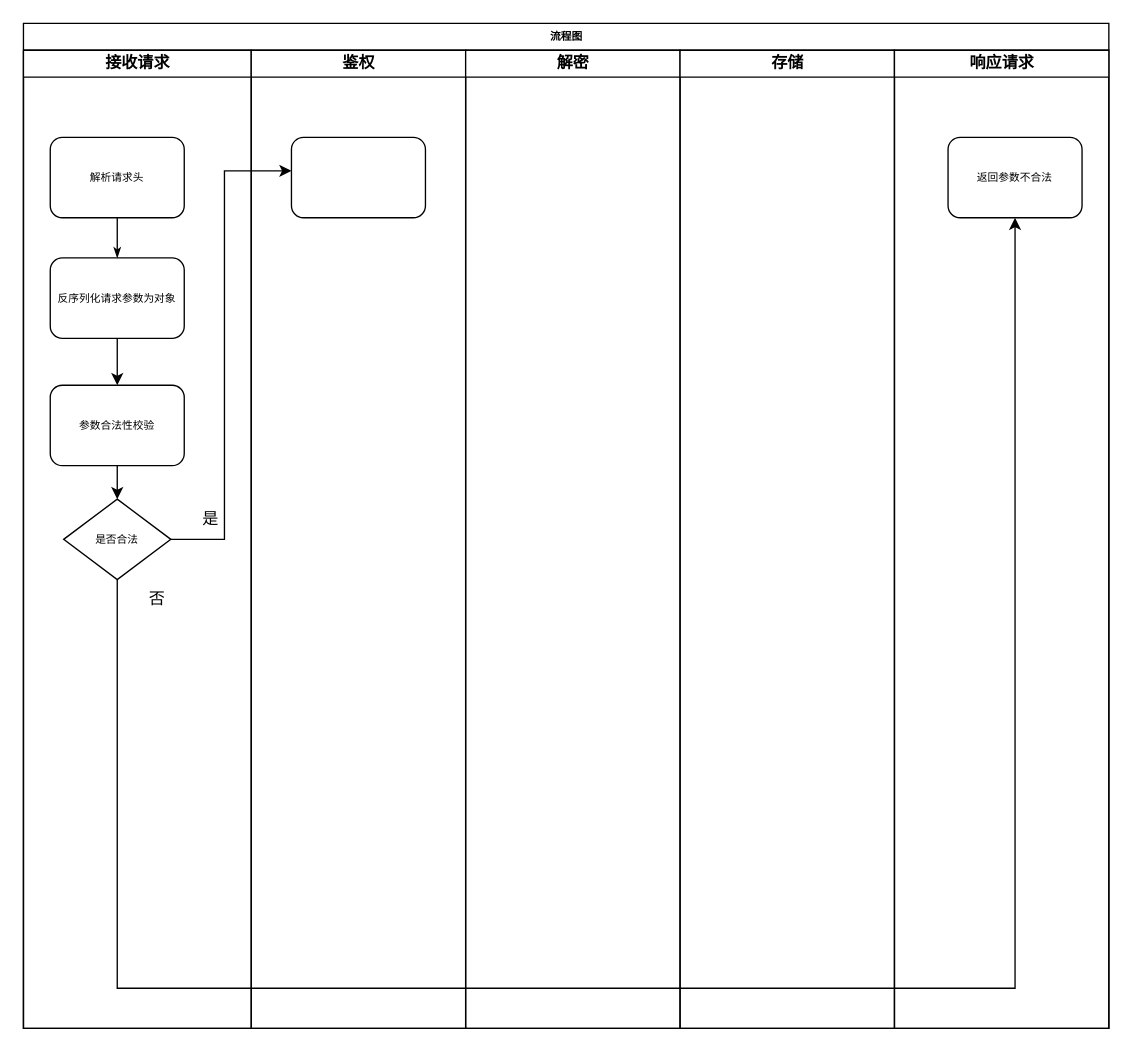
The draw.io diagram uploadEncryptData.drawio in jeefs/mindGraph, before the edit. Source tidied: cells renumbered, new cells numbered last; positions are measured from the earlier drawing's top-left corner, leaving out a move shared by most shapes. Both pictures are drawn from the tidied source at 134%, with x=0, y=0 at pixel (23, 23).
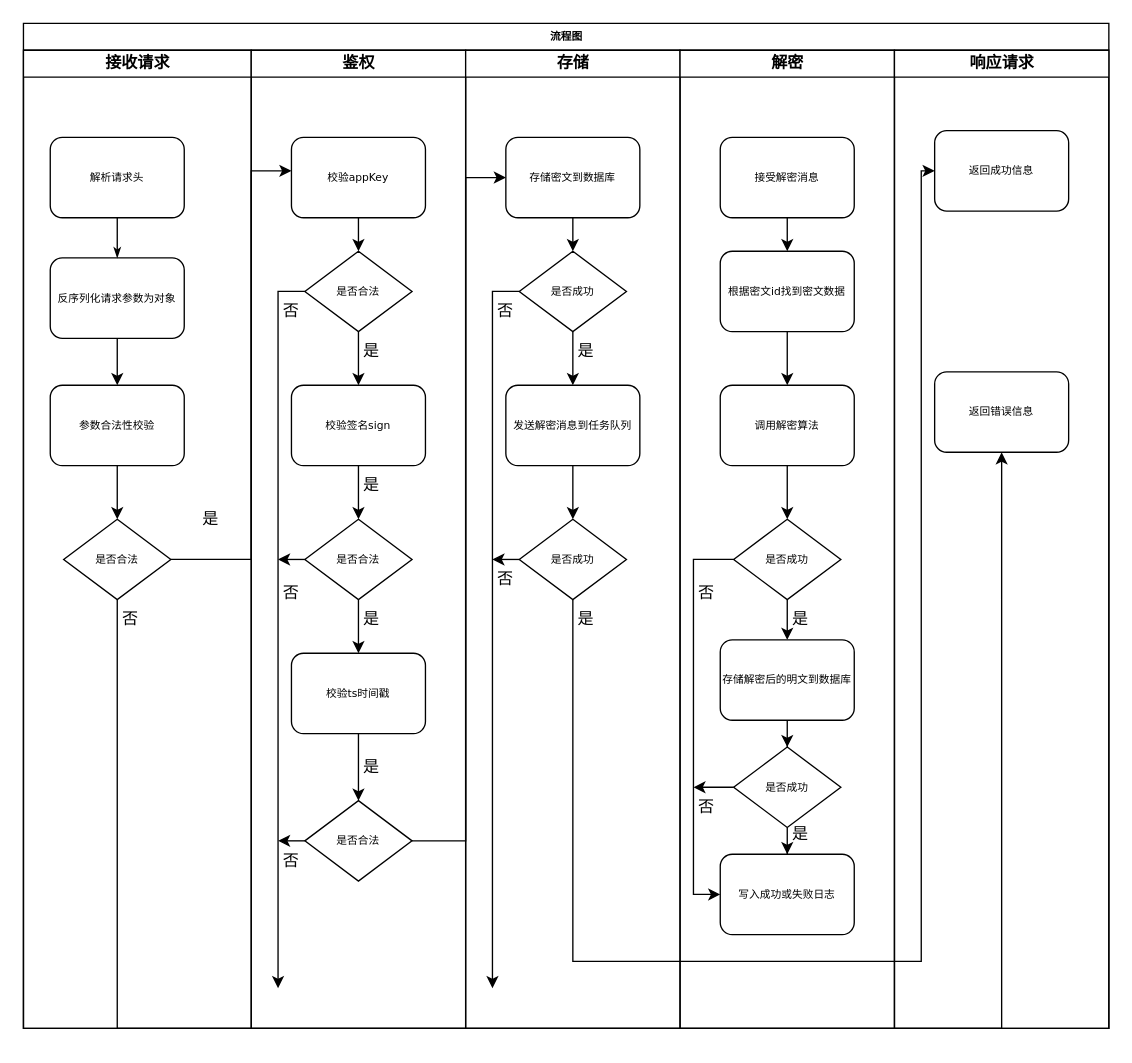
Above is the later version.

Unchanged cells that the change refers to:
```xml
<mxCell id="3" style="group;" parent="2" vertex="1">
  <mxGeometry y="20" width="810" height="730" as="geometry" />
</mxCell>
<mxCell id="4" value="接收请求" style="swimlane;html=1;startSize=20;" parent="3" vertex="1">
  <mxGeometry width="170" height="730" as="geometry" />
</mxCell>
<mxCell id="14" value="鉴权" style="swimlane;html=1;startSize=20;" parent="3" vertex="1">
  <mxGeometry x="170" width="160" height="730" as="geometry" />
</mxCell>
<mxCell id="18" value="响应请求" style="swimlane;html=1;startSize=20;" parent="3" vertex="1">
  <mxGeometry x="650" width="160" height="730" as="geometry" />
</mxCell>
```

The edit, as a diff of the source:
```diff
@@
     <mxCell id="11" value="是否合法" style="rhombus;whiteSpace=wrap;html=1;rounded=0;shadow=0;labelBackgroundColor=none;strokeWidth=1;fontFamily=Verdana;fontSize=8;align=center;" parent="4" vertex="1">
-      <mxGeometry x="30" y="335" width="80" height="60" as="geometry" />
+      <mxGeometry x="30" y="350" width="80" height="60" as="geometry" />
     </mxCell>
@@
     <mxCell id="13" value="否" style="text;strokeColor=none;align=center;fillColor=none;html=1;verticalAlign=middle;whiteSpace=wrap;rounded=0;" parent="4" vertex="1">
-      <mxGeometry x="70" y="395" width="60" height="30" as="geometry" />
+      <mxGeometry x="50" y="410" width="60" height="30" as="geometry" />
     </mxCell>
@@
+    <mxCell id="22" style="edgeStyle=orthogonalEdgeStyle;rounded=0;jettySize=auto;html=1;" parent="14" edge="1" source="15" target="28">
+      <mxGeometry relative="1" as="geometry" />
+    </mxCell>
-    <mxCell id="15" style="rounded=1;whiteSpace=wrap;html=1;shadow=0;labelBackgroundColor=none;strokeWidth=1;fontFamily=Verdana;fontSize=8;align=center;" parent="14" vertex="1">
+    <mxCell id="15" value="校验appKey" style="rounded=1;whiteSpace=wrap;html=1;shadow=0;labelBackgroundColor=none;strokeWidth=1;fontFamily=Verdana;fontSize=8;align=center;" parent="14" vertex="1">
       <mxGeometry x="30" y="65" width="100" height="60" as="geometry" />
     </mxCell>
+    <mxCell id="23" style="edgeStyle=orthogonalEdgeStyle;rounded=0;jettySize=auto;html=1;entryX=0.5;entryY=0;entryDx=0;entryDy=0;" parent="14" edge="1" source="24" target="31">
+      <mxGeometry relative="1" as="geometry" />
+    </mxCell>
+    <mxCell id="24" value="校验签名sign" style="rounded=1;whiteSpace=wrap;html=1;shadow=0;labelBackgroundColor=none;strokeWidth=1;fontFamily=Verdana;fontSize=8;align=center;" parent="14" vertex="1">
+      <mxGeometry x="30" y="250" width="100" height="60" as="geometry" />
+    </mxCell>
+    <mxCell id="25" style="edgeStyle=orthogonalEdgeStyle;rounded=0;jettySize=auto;html=1;" parent="14" edge="1" source="26" target="34">
+      <mxGeometry relative="1" as="geometry" />
+    </mxCell>
+    <mxCell id="26" value="校验ts时间戳" style="rounded=1;whiteSpace=wrap;html=1;shadow=0;labelBackgroundColor=none;strokeWidth=1;fontFamily=Verdana;fontSize=8;align=center;" parent="14" vertex="1">
+      <mxGeometry x="30" y="450" width="100" height="60" as="geometry" />
+    </mxCell>
+    <mxCell id="27" style="edgeStyle=orthogonalEdgeStyle;rounded=0;jettySize=auto;html=1;" parent="14" edge="1" source="28" target="24">
+      <mxGeometry relative="1" as="geometry" />
+    </mxCell>
+    <mxCell id="28" value="是否合法" style="rhombus;whiteSpace=wrap;html=1;rounded=0;shadow=0;labelBackgroundColor=none;strokeWidth=1;fontFamily=Verdana;fontSize=8;align=center;" parent="14" vertex="1">
+      <mxGeometry x="40" y="150" width="80" height="60" as="geometry" />
+    </mxCell>
+    <mxCell id="29" value="是" style="text;strokeColor=none;align=center;fillColor=none;html=1;verticalAlign=middle;whiteSpace=wrap;rounded=0;" parent="14" vertex="1">
+      <mxGeometry x="60" y="210" width="60" height="30" as="geometry" />
+    </mxCell>
+    <mxCell id="30" style="edgeStyle=orthogonalEdgeStyle;rounded=0;jettySize=auto;html=1;" parent="14" edge="1" source="31" target="26">
+      <mxGeometry relative="1" as="geometry" />
+    </mxCell>
+    <mxCell id="31" value="是否合法" style="rhombus;whiteSpace=wrap;html=1;rounded=0;shadow=0;labelBackgroundColor=none;strokeWidth=1;fontFamily=Verdana;fontSize=8;align=center;" parent="14" vertex="1">
+      <mxGeometry x="40" y="350" width="80" height="60" as="geometry" />
+    </mxCell>
+    <mxCell id="32" value="是" style="text;strokeColor=none;align=center;fillColor=none;html=1;verticalAlign=middle;whiteSpace=wrap;rounded=0;" parent="14" vertex="1">
+      <mxGeometry x="60" y="310" width="60" height="30" as="geometry" />
+    </mxCell>
+    <mxCell id="33" value="是" style="text;strokeColor=none;align=center;fillColor=none;html=1;verticalAlign=middle;whiteSpace=wrap;rounded=0;" parent="14" vertex="1">
+      <mxGeometry x="60" y="410" width="60" height="30" as="geometry" />
+    </mxCell>
+    <mxCell id="34" value="是否合法" style="rhombus;whiteSpace=wrap;html=1;rounded=0;shadow=0;labelBackgroundColor=none;strokeWidth=1;fontFamily=Verdana;fontSize=8;align=center;" parent="14" vertex="1">
+      <mxGeometry x="40" y="560" width="80" height="60" as="geometry" />
+    </mxCell>
+    <mxCell id="35" value="是" style="text;strokeColor=none;align=center;fillColor=none;html=1;verticalAlign=middle;whiteSpace=wrap;rounded=0;" parent="14" vertex="1">
+      <mxGeometry x="60" y="520" width="60" height="30" as="geometry" />
+    </mxCell>
+    <mxCell id="36" value="否" style="text;strokeColor=none;align=center;fillColor=none;html=1;verticalAlign=middle;whiteSpace=wrap;rounded=0;" parent="14" vertex="1">
+      <mxGeometry y="390" width="60" height="30" as="geometry" />
+    </mxCell>
+    <mxCell id="37" value="否" style="text;strokeColor=none;align=center;fillColor=none;html=1;verticalAlign=middle;whiteSpace=wrap;rounded=0;" parent="14" vertex="1">
+      <mxGeometry y="180" width="60" height="30" as="geometry" />
+    </mxCell>
+    <mxCell id="38" value="否" style="text;strokeColor=none;align=center;fillColor=none;html=1;verticalAlign=middle;whiteSpace=wrap;rounded=0;" parent="14" vertex="1">
+      <mxGeometry y="590" width="60" height="30" as="geometry" />
+    </mxCell>
-    <mxCell id="16" value="解密" style="swimlane;html=1;startSize=20;" parent="3" vertex="1">
+    <mxCell id="16" value="存储" style="swimlane;html=1;startSize=20;" parent="3" vertex="1">
       <mxGeometry x="330" width="160" height="730" as="geometry" />
     </mxCell>
+    <mxCell id="39" style="edgeStyle=orthogonalEdgeStyle;rounded=0;jettySize=auto;html=1;" parent="16" edge="1" source="40" target="42">
+      <mxGeometry relative="1" as="geometry" />
+    </mxCell>
+    <mxCell id="40" value="存储密文到数据库" style="rounded=1;whiteSpace=wrap;html=1;shadow=0;labelBackgroundColor=none;strokeWidth=1;fontFamily=Verdana;fontSize=8;align=center;" parent="16" vertex="1">
+      <mxGeometry x="30" y="65" width="100" height="60" as="geometry" />
+    </mxCell>
+    <mxCell id="41" style="edgeStyle=orthogonalEdgeStyle;rounded=0;jettySize=auto;html=1;" parent="16" edge="1" source="42" target="44">
+      <mxGeometry relative="1" as="geometry" />
+    </mxCell>
+    <mxCell id="42" value="是否成功" style="rhombus;whiteSpace=wrap;html=1;rounded=0;shadow=0;labelBackgroundColor=none;strokeWidth=1;fontFamily=Verdana;fontSize=8;align=center;" parent="16" vertex="1">
+      <mxGeometry x="40" y="150" width="80" height="60" as="geometry" />
+    </mxCell>
+    <mxCell id="43" style="edgeStyle=orthogonalEdgeStyle;rounded=0;jettySize=auto;html=1;" parent="16" edge="1" source="44" target="45">
+      <mxGeometry relative="1" as="geometry" />
+    </mxCell>
+    <mxCell id="44" value="发送解密消息到任务队列" style="rounded=1;whiteSpace=wrap;html=1;shadow=0;labelBackgroundColor=none;strokeWidth=1;fontFamily=Verdana;fontSize=8;align=center;" parent="16" vertex="1">
+      <mxGeometry x="30" y="250" width="100" height="60" as="geometry" />
+    </mxCell>
+    <mxCell id="45" value="是否成功" style="rhombus;whiteSpace=wrap;html=1;rounded=0;shadow=0;labelBackgroundColor=none;strokeWidth=1;fontFamily=Verdana;fontSize=8;align=center;" parent="16" vertex="1">
+      <mxGeometry x="40" y="350" width="80" height="60" as="geometry" />
+    </mxCell>
+    <mxCell id="46" value="是" style="text;strokeColor=none;align=center;fillColor=none;html=1;verticalAlign=middle;whiteSpace=wrap;rounded=0;" parent="16" vertex="1">
+      <mxGeometry x="60" y="210" width="60" height="30" as="geometry" />
+    </mxCell>
+    <mxCell id="47" value="否" style="text;strokeColor=none;align=center;fillColor=none;html=1;verticalAlign=middle;whiteSpace=wrap;rounded=0;" parent="16" vertex="1">
+      <mxGeometry y="180" width="60" height="30" as="geometry" />
+    </mxCell>
+    <mxCell id="48" value="否" style="text;strokeColor=none;align=center;fillColor=none;html=1;verticalAlign=middle;whiteSpace=wrap;rounded=0;" parent="16" vertex="1">
+      <mxGeometry y="380" width="60" height="30" as="geometry" />
+    </mxCell>
+    <mxCell id="49" value="是" style="text;strokeColor=none;align=center;fillColor=none;html=1;verticalAlign=middle;whiteSpace=wrap;rounded=0;" parent="16" vertex="1">
+      <mxGeometry x="60" y="410" width="60" height="30" as="geometry" />
+    </mxCell>
-    <mxCell id="17" value="存储" style="swimlane;html=1;startSize=20;" parent="3" vertex="1">
+    <mxCell id="17" value="解密" style="swimlane;html=1;startSize=20;" parent="3" vertex="1">
       <mxGeometry x="490" width="160" height="730" as="geometry" />
     </mxCell>
+    <mxCell id="50" style="edgeStyle=orthogonalEdgeStyle;rounded=0;jettySize=auto;html=1;" parent="17" edge="1" source="51" target="53">
+      <mxGeometry relative="1" as="geometry" />
+    </mxCell>
+    <mxCell id="51" value="接受解密消息" style="rounded=1;whiteSpace=wrap;html=1;shadow=0;labelBackgroundColor=none;strokeWidth=1;fontFamily=Verdana;fontSize=8;align=center;" parent="17" vertex="1">
+      <mxGeometry x="30" y="65" width="100" height="60" as="geometry" />
+    </mxCell>
+    <mxCell id="52" style="edgeStyle=orthogonalEdgeStyle;rounded=0;jettySize=auto;html=1;" parent="17" edge="1" source="53" target="55">
+      <mxGeometry relative="1" as="geometry" />
+    </mxCell>
+    <mxCell id="53" value="根据密文id找到密文数据" style="rounded=1;whiteSpace=wrap;html=1;shadow=0;labelBackgroundColor=none;strokeWidth=1;fontFamily=Verdana;fontSize=8;align=center;" parent="17" vertex="1">
+      <mxGeometry x="30" y="150" width="100" height="60" as="geometry" />
+    </mxCell>
+    <mxCell id="54" style="edgeStyle=orthogonalEdgeStyle;rounded=0;jettySize=auto;html=1;" parent="17" edge="1" source="55" target="57">
+      <mxGeometry relative="1" as="geometry" />
+    </mxCell>
+    <mxCell id="55" value="调用解密算法" style="rounded=1;whiteSpace=wrap;html=1;shadow=0;labelBackgroundColor=none;strokeWidth=1;fontFamily=Verdana;fontSize=8;align=center;" parent="17" vertex="1">
+      <mxGeometry x="30" y="250" width="100" height="60" as="geometry" />
+    </mxCell>
+    <mxCell id="56" style="edgeStyle=orthogonalEdgeStyle;rounded=0;jettySize=auto;html=1;" parent="17" edge="1" source="57" target="59">
+      <mxGeometry relative="1" as="geometry" />
+    </mxCell>
+    <mxCell id="57" value="是否成功" style="rhombus;whiteSpace=wrap;html=1;rounded=0;shadow=0;labelBackgroundColor=none;strokeWidth=1;fontFamily=Verdana;fontSize=8;align=center;" parent="17" vertex="1">
+      <mxGeometry x="40" y="350" width="80" height="60" as="geometry" />
+    </mxCell>
+    <mxCell id="58" style="edgeStyle=orthogonalEdgeStyle;rounded=0;jettySize=auto;html=1;" parent="17" edge="1" source="59" target="66">
+      <mxGeometry relative="1" as="geometry" />
+    </mxCell>
+    <mxCell id="59" value="存储解密后的明文到数据库" style="rounded=1;whiteSpace=wrap;html=1;shadow=0;labelBackgroundColor=none;strokeWidth=1;fontFamily=Verdana;fontSize=8;align=center;" parent="17" vertex="1">
+      <mxGeometry x="30" y="440" width="100" height="60" as="geometry" />
+    </mxCell>
+    <mxCell id="60" value="是" style="text;strokeColor=none;align=center;fillColor=none;html=1;verticalAlign=middle;whiteSpace=wrap;rounded=0;" parent="17" vertex="1">
+      <mxGeometry x="60" y="410" width="60" height="30" as="geometry" />
+    </mxCell>
+    <mxCell id="61" value="写入成功或失败日志" style="rounded=1;whiteSpace=wrap;html=1;shadow=0;labelBackgroundColor=none;strokeWidth=1;fontFamily=Verdana;fontSize=8;align=center;" parent="17" vertex="1">
+      <mxGeometry x="30" y="600" width="100" height="60" as="geometry" />
+    </mxCell>
+    <mxCell id="62" style="edgeStyle=orthogonalEdgeStyle;rounded=0;jettySize=auto;html=1;entryX=0;entryY=0.5;entryDx=0;entryDy=0;" parent="17" edge="1" source="57" target="61">
+      <mxGeometry relative="1" as="geometry">
+        <Array as="points">
+          <mxPoint x="10" y="380" />
+          <mxPoint x="10" y="630" />
+        </Array>
+      </mxGeometry>
+    </mxCell>
+    <mxCell id="63" value="否" style="text;strokeColor=none;align=center;fillColor=none;html=1;verticalAlign=middle;whiteSpace=wrap;rounded=0;" parent="17" vertex="1">
+      <mxGeometry x="-10" y="390" width="60" height="30" as="geometry" />
+    </mxCell>
+    <mxCell id="64" style="edgeStyle=orthogonalEdgeStyle;rounded=0;jettySize=auto;html=1;" parent="17" edge="1" source="66">
+      <mxGeometry relative="1" as="geometry">
+        <mxPoint x="10" y="550" as="targetPoint" />
+      </mxGeometry>
+    </mxCell>
+    <mxCell id="65" style="edgeStyle=orthogonalEdgeStyle;rounded=0;jettySize=auto;html=1;" parent="17" edge="1" source="66" target="61">
+      <mxGeometry relative="1" as="geometry" />
+    </mxCell>
+    <mxCell id="66" value="是否成功" style="rhombus;whiteSpace=wrap;html=1;rounded=0;shadow=0;labelBackgroundColor=none;strokeWidth=1;fontFamily=Verdana;fontSize=8;align=center;" parent="17" vertex="1">
+      <mxGeometry x="40" y="520" width="80" height="60" as="geometry" />
+    </mxCell>
+    <mxCell id="67" value="否" style="text;strokeColor=none;align=center;fillColor=none;html=1;verticalAlign=middle;whiteSpace=wrap;rounded=0;" parent="17" vertex="1">
+      <mxGeometry x="-10" y="550" width="60" height="30" as="geometry" />
+    </mxCell>
+    <mxCell id="68" value="是" style="text;strokeColor=none;align=center;fillColor=none;html=1;verticalAlign=middle;whiteSpace=wrap;rounded=0;" parent="17" vertex="1">
+      <mxGeometry x="60" y="570" width="60" height="30" as="geometry" />
+    </mxCell>
@@
-    <mxCell id="19" value="返回参数不合法" style="rounded=1;whiteSpace=wrap;html=1;shadow=0;labelBackgroundColor=none;strokeWidth=1;fontFamily=Verdana;fontSize=8;align=center;" parent="18" vertex="1">
-      <mxGeometry x="40" y="65" width="100" height="60" as="geometry" />
+    <mxCell id="19" value="返回错误信息" style="rounded=1;whiteSpace=wrap;html=1;shadow=0;labelBackgroundColor=none;strokeWidth=1;fontFamily=Verdana;fontSize=8;align=center;" parent="18" vertex="1">
+      <mxGeometry x="30" y="240" width="100" height="60" as="geometry" />
     </mxCell>
+    <mxCell id="69" value="返回成功信息" style="rounded=1;whiteSpace=wrap;html=1;shadow=0;labelBackgroundColor=none;strokeWidth=1;fontFamily=Verdana;fontSize=8;align=center;" parent="18" vertex="1">
+      <mxGeometry x="30" y="60" width="100" height="60" as="geometry" />
+    </mxCell>
-    <mxCell id="20" style="edgeStyle=orthogonalEdgeStyle;rounded=0;jettySize=auto;html=1;" parent="3" edge="1" source="11" target="15">
+    <mxCell id="20" style="edgeStyle=orthogonalEdgeStyle;rounded=0;jettySize=auto;html=1;exitX=1;exitY=0.5;exitDx=0;exitDy=0;" parent="3" edge="1" source="11" target="15">
       <mxGeometry relative="1" as="geometry">
         <Array as="points">
-          <mxPoint x="150" y="365" />
-          <mxPoint x="150" y="90" />
+          <mxPoint x="170" y="380" />
+          <mxPoint x="170" y="90" />
         </Array>
       </mxGeometry>
     </mxCell>
     <mxCell id="21" style="edgeStyle=orthogonalEdgeStyle;rounded=0;jettySize=auto;html=1;" parent="3" edge="1" source="11" target="19">
       <mxGeometry relative="1" as="geometry">
         <Array as="points">
-          <mxPoint x="70" y="700" />
-          <mxPoint x="740" y="700" />
+          <mxPoint x="70" y="730" />
+          <mxPoint x="730" y="730" />
         </Array>
       </mxGeometry>
     </mxCell>
+    <mxCell id="70" style="edgeStyle=orthogonalEdgeStyle;rounded=0;jettySize=auto;html=1;" parent="3" edge="1" source="28">
+      <mxGeometry relative="1" as="geometry">
+        <mxPoint x="190" y="700" as="targetPoint" />
+      </mxGeometry>
+    </mxCell>
+    <mxCell id="71" style="edgeStyle=orthogonalEdgeStyle;rounded=0;jettySize=auto;html=1;" parent="3" edge="1" source="31">
+      <mxGeometry relative="1" as="geometry">
+        <mxPoint x="190" y="380" as="targetPoint" />
+      </mxGeometry>
+    </mxCell>
+    <mxCell id="72" style="edgeStyle=orthogonalEdgeStyle;rounded=0;jettySize=auto;html=1;" parent="3" edge="1" source="34">
+      <mxGeometry relative="1" as="geometry">
+        <mxPoint x="190" y="590" as="targetPoint" />
+      </mxGeometry>
+    </mxCell>
+    <mxCell id="73" style="edgeStyle=orthogonalEdgeStyle;rounded=0;jettySize=auto;html=1;" parent="3" edge="1" source="42">
+      <mxGeometry relative="1" as="geometry">
+        <mxPoint x="350" y="700" as="targetPoint" />
+      </mxGeometry>
+    </mxCell>
+    <mxCell id="74" style="edgeStyle=orthogonalEdgeStyle;rounded=0;jettySize=auto;html=1;" parent="3" edge="1" source="45">
+      <mxGeometry relative="1" as="geometry">
+        <mxPoint x="350" y="380" as="targetPoint" />
+      </mxGeometry>
+    </mxCell>
+    <mxCell id="75" style="edgeStyle=orthogonalEdgeStyle;rounded=0;jettySize=auto;html=1;entryX=0;entryY=0.5;entryDx=0;entryDy=0;" parent="3" edge="1" source="45" target="69">
+      <mxGeometry relative="1" as="geometry">
+        <Array as="points">
+          <mxPoint x="410" y="680" />
+          <mxPoint x="670" y="680" />
+          <mxPoint x="670" y="90" />
+        </Array>
+      </mxGeometry>
+    </mxCell>
+    <mxCell id="76" style="edgeStyle=orthogonalEdgeStyle;rounded=0;jettySize=auto;html=1;entryX=0;entryY=0.5;entryDx=0;entryDy=0;" parent="3" edge="1" source="34" target="40">
+      <mxGeometry relative="1" as="geometry">
+        <Array as="points">
+          <mxPoint x="330" y="590" />
+          <mxPoint x="330" y="95" />
+        </Array>
+      </mxGeometry>
+    </mxCell>
```
